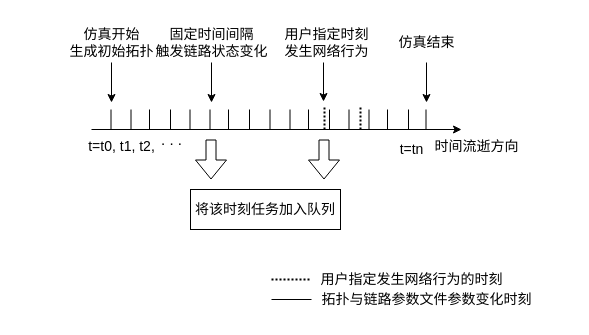
This is page "任务调度模块示意图" (6 of 7) of 网络仿真系统.drawio from Icarus1994/neutron_conf, a draw.io file, before an edit. Source tidied: cells renumbered, new cells numbered last; positions are measured from the earlier drawing's top-left corner, leaving out a move shared by most shapes. Both pictures are drawn from the tidied source at 100%, with x=0, y=0 at pixel (61, 22).
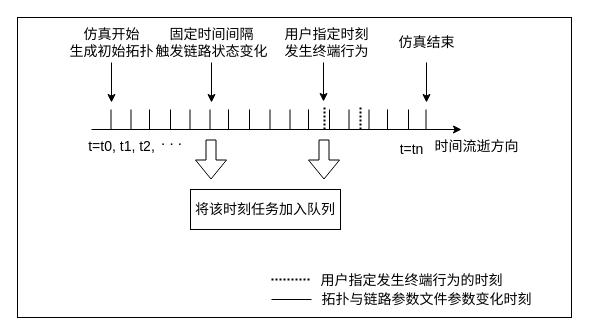
The same diagram, later.

Change to the diagram source:
```diff
@@
+    <mxCell id="41" style="rounded=0;whiteSpace=wrap;html=1;" parent="1" vertex="1">
+      <mxGeometry x="-44" y="-5" width="554" height="300" as="geometry" />
+    </mxCell>
@@
-    <mxCell id="10" value="用户指定时刻&lt;br&gt;发生网络行为" style="text;html=1;align=center;verticalAlign=middle;fontSize=14;" parent="1" vertex="1">
-      <mxGeometry x="215" width="100" height="40" as="geometry" />
+    <mxCell id="10" value="用户指定时刻&lt;br&gt;发生终端行为" style="text;html=1;align=center;verticalAlign=middle;fontSize=14;" parent="1" vertex="1">
+      <mxGeometry x="218" y="1" width="94" height="38" as="geometry" />
     </mxCell>
@@
-    <mxCell id="38" value="用户指定发生网络行为的时刻" style="text;html=1;align=center;verticalAlign=middle;fontSize=14;" parent="1" vertex="1">
-      <mxGeometry x="250" y="247" width="200" height="20" as="geometry" />
+    <mxCell id="38" value="用户指定发生终端行为的时刻" style="text;html=1;align=center;verticalAlign=middle;fontSize=14;" parent="1" vertex="1">
+      <mxGeometry x="254" y="247" width="192" height="21" as="geometry" />
     </mxCell>
```
